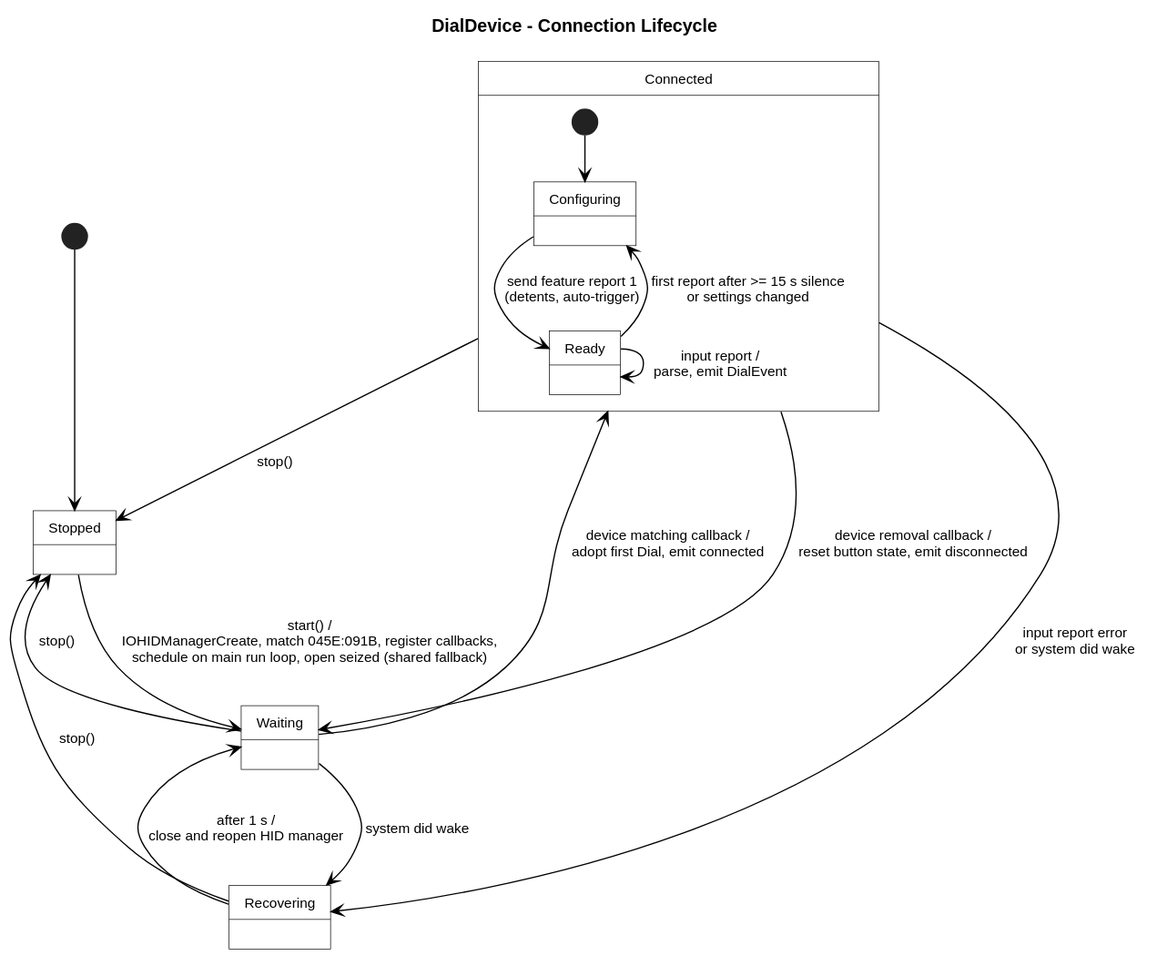
Above: docs/diagrams/dial-lifecycle.svg in heikopanjas/feel-the-noize (PlantUML), before the change. The source it was exported from:
```plantuml
@startuml
!include visio2003.iuml

title DialDevice - Connection Lifecycle

[*] --> Stopped

Stopped --> Waiting : start() /\nIOHIDManagerCreate, match 045E:091B, register callbacks,\nschedule on main run loop, open seized (shared fallback)

Waiting --> Connected : device matching callback /\nadopt first Dial, emit connected

state Connected {
    [*] --> Configuring
    Configuring --> Ready : send feature report 1\n(detents, auto-trigger)
    Ready --> Ready : input report /\nparse, emit DialEvent
    Ready --> Configuring : first report after >= 15 s silence\nor settings changed
}

Connected --> Waiting : device removal callback /\nreset button state, emit disconnected
Connected --> Recovering : input report error\nor system did wake
Waiting --> Recovering : system did wake
Recovering --> Waiting : after 1 s /\nclose and reopen HID manager

Waiting --> Stopped : stop()
Connected --> Stopped : stop()
Recovering --> Stopped : stop()
@enduml
```
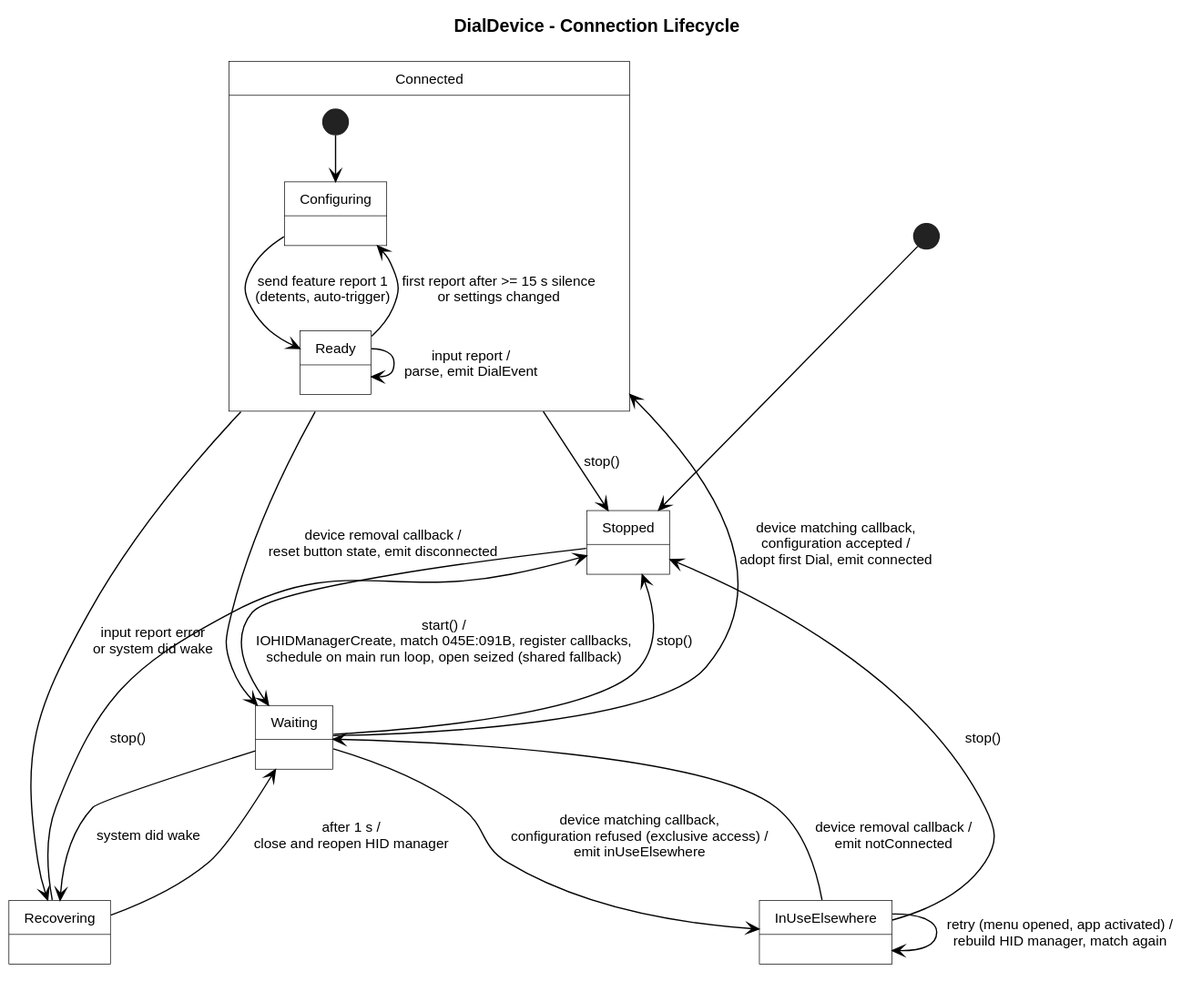
The same file after the commit.

Commit message:
fix: detect a Dial held by another process

What changed in the source:
```diff
@@ -7,7 +7,11 @@
 
 Stopped --> Waiting : start() /\nIOHIDManagerCreate, match 045E:091B, register callbacks,\nschedule on main run loop, open seized (shared fallback)
 
-Waiting --> Connected : device matching callback /\nadopt first Dial, emit connected
+Waiting --> Connected : device matching callback,\nconfiguration accepted /\nadopt first Dial, emit connected
+Waiting --> InUseElsewhere : device matching callback,\nconfiguration refused (exclusive access) /\nemit inUseElsewhere
+InUseElsewhere --> Waiting : device removal callback /\nemit notConnected
+InUseElsewhere --> InUseElsewhere : retry (menu opened, app activated) /\nrebuild HID manager, match again
+InUseElsewhere --> Stopped : stop()
 
 state Connected {
     [*] --> Configuring
```
